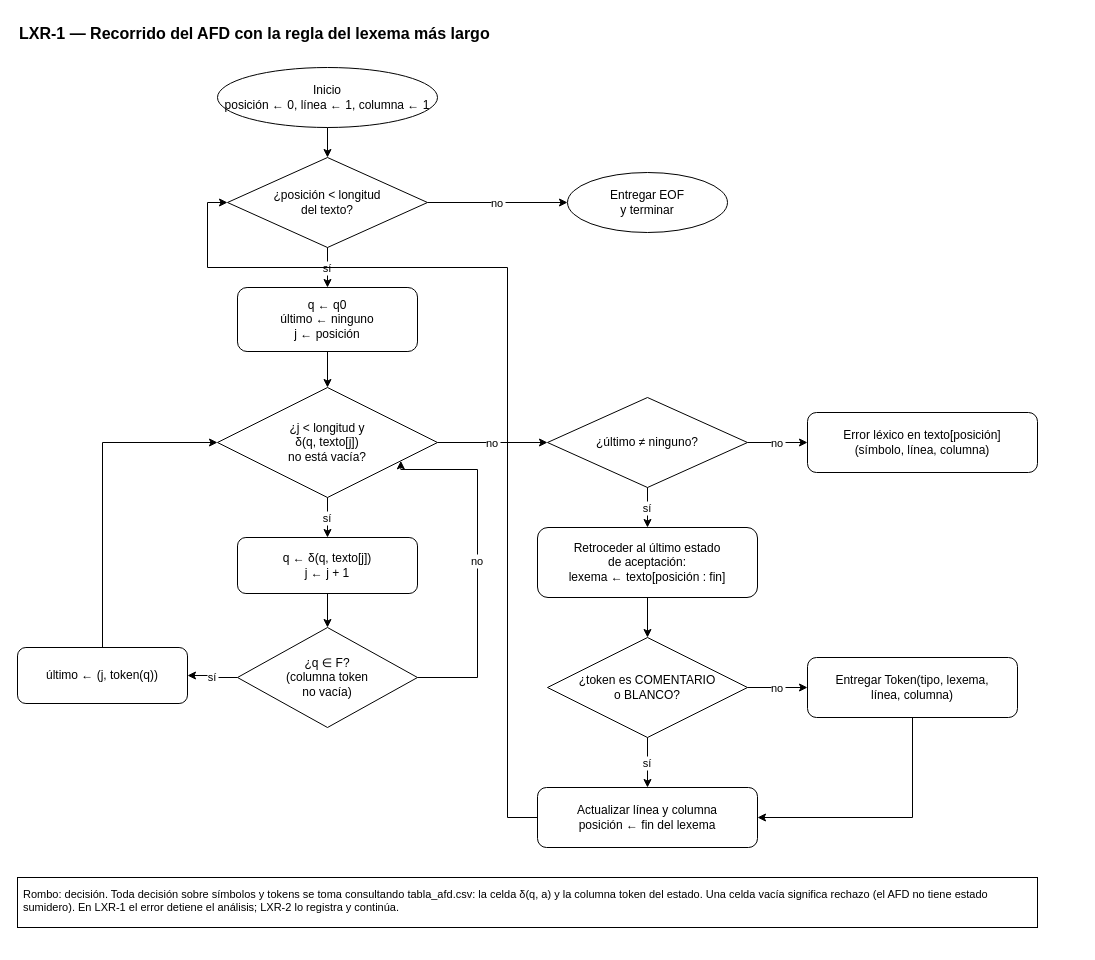
This is dsl-lenguajes-formales/docs/fase3/diagramas/lxr1_flujo_lexer.drawio from DanielJNarvaezH/dsl-lenguajes-formales-proyecto, a draw.io file, before an edit. Source tidied: cells renumbered, new cells numbered last; positions are measured from the earlier drawing's top-left corner, leaving out a move shared by most shapes. Both pictures are drawn from the tidied source at 100%, with x=0, y=0 at pixel (17, 17).
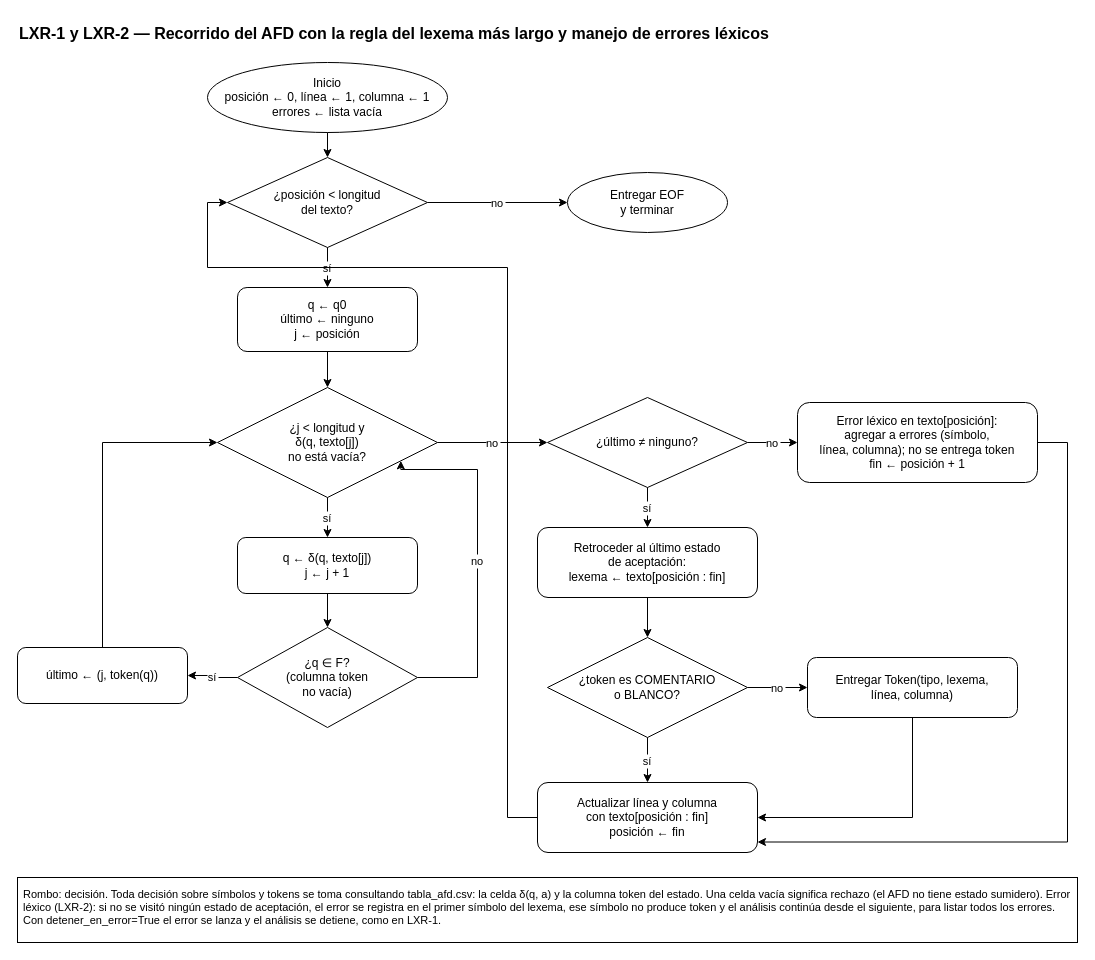
The same page after the edit.

Commit message (it also covers changes not shown here):
LXR-2: actualiza el diagrama de flujo con el manejo de errores

The edit, as a diff of the source:
```diff
@@
-    <mxCell id="2" value="LXR-1 — Recorrido del AFD con la regla del lexema más largo" style="text;html=0;fontSize=16;fontStyle=1;align=left;" parent="1" vertex="1">
-      <mxGeometry width="700" height="30" as="geometry" />
+    <mxCell id="2" value="LXR-1 y LXR-2 — Recorrido del AFD con la regla del lexema más largo y manejo de errores léxicos" style="text;html=0;fontSize=16;fontStyle=1;align=left;" parent="1" vertex="1">
+      <mxGeometry width="900" height="30" as="geometry" />
     </mxCell>
-    <mxCell id="3" value="Inicio&#10;posición ← 0, línea ← 1, columna ← 1" style="ellipse;whiteSpace=wrap;html=0;fontSize=12;" parent="1" vertex="1">
-      <mxGeometry x="200" y="50" width="220" height="60" as="geometry" />
+    <mxCell id="3" value="Inicio&#10;posición ← 0, línea ← 1, columna ← 1&#10;errores ← lista vacía" style="ellipse;whiteSpace=wrap;html=0;fontSize=12;" parent="1" vertex="1">
+      <mxGeometry x="190" y="45" width="240" height="70" as="geometry" />
     </mxCell>
@@
-    <mxCell id="12" value="Error léxico en texto[posición]&#10;(símbolo, línea, columna)" style="rounded=1;whiteSpace=wrap;html=0;fontSize=12;" parent="1" vertex="1">
-      <mxGeometry x="790" y="395" width="230" height="60" as="geometry" />
+    <mxCell id="12" value="Error léxico en texto[posición]:&#10;agregar a errores (símbolo,&#10;línea, columna); no se entrega token&#10;fin ← posición + 1" style="rounded=1;whiteSpace=wrap;html=0;fontSize=12;" parent="1" vertex="1">
+      <mxGeometry x="780" y="385" width="240" height="80" as="geometry" />
     </mxCell>
@@
-    <mxCell id="16" value="Actualizar línea y columna&#10;posición ← fin del lexema" style="rounded=1;whiteSpace=wrap;html=0;fontSize=12;" parent="1" vertex="1">
-      <mxGeometry x="520" y="770" width="220" height="60" as="geometry" />
+    <mxCell id="16" value="Actualizar línea y columna&#10;con texto[posición : fin]&#10;posición ← fin" style="rounded=1;whiteSpace=wrap;html=0;fontSize=12;" parent="1" vertex="1">
+      <mxGeometry x="520" y="765" width="220" height="70" as="geometry" />
     </mxCell>
@@
+    <mxCell id="35" style="edgeStyle=orthogonalEdgeStyle;rounded=0;html=0;fontSize=11;endArrow=classic;exitX=1;exitY=0.5;entryX=1;entryY=0.85;" parent="1" edge="1" source="12" target="16">
+      <mxGeometry relative="1" as="geometry">
+        <Array as="points">
+          <mxPoint x="1050" y="425" />
+          <mxPoint x="1050" y="825" />
+        </Array>
+      </mxGeometry>
+    </mxCell>
-    <mxCell id="34" value="Rombo: decisión. Toda decisión sobre símbolos y tokens se toma consultando tabla_afd.csv: la celda δ(q, a) y la columna token del estado. Una celda vacía significa rechazo (el AFD no tiene estado sumidero). En LXR-1 el error detiene el análisis; LXR-2 lo registra y continúa." style="text;html=0;fontSize=11;align=left;verticalAlign=top;whiteSpace=wrap;strokeColor=default;spacing=6;" parent="1" vertex="1">
-      <mxGeometry y="860" width="1020" height="50" as="geometry" />
+    <mxCell id="34" value="Rombo: decisión. Toda decisión sobre símbolos y tokens se toma consultando tabla_afd.csv: la celda δ(q, a) y la columna token del estado. Una celda vacía significa rechazo (el AFD no tiene estado sumidero). Error léxico (LXR-2): si no se visitó ningún estado de aceptación, el error se registra en el primer símbolo del lexema, ese símbolo no produce token y el análisis continúa desde el siguiente, para listar todos los errores. Con detener_en_error=True el error se lanza y el análisis se detiene, como en LXR-1." style="text;html=0;fontSize=11;align=left;verticalAlign=top;whiteSpace=wrap;strokeColor=default;spacing=6;" parent="1" vertex="1">
+      <mxGeometry y="860" width="1060" height="65" as="geometry" />
     </mxCell>
```
